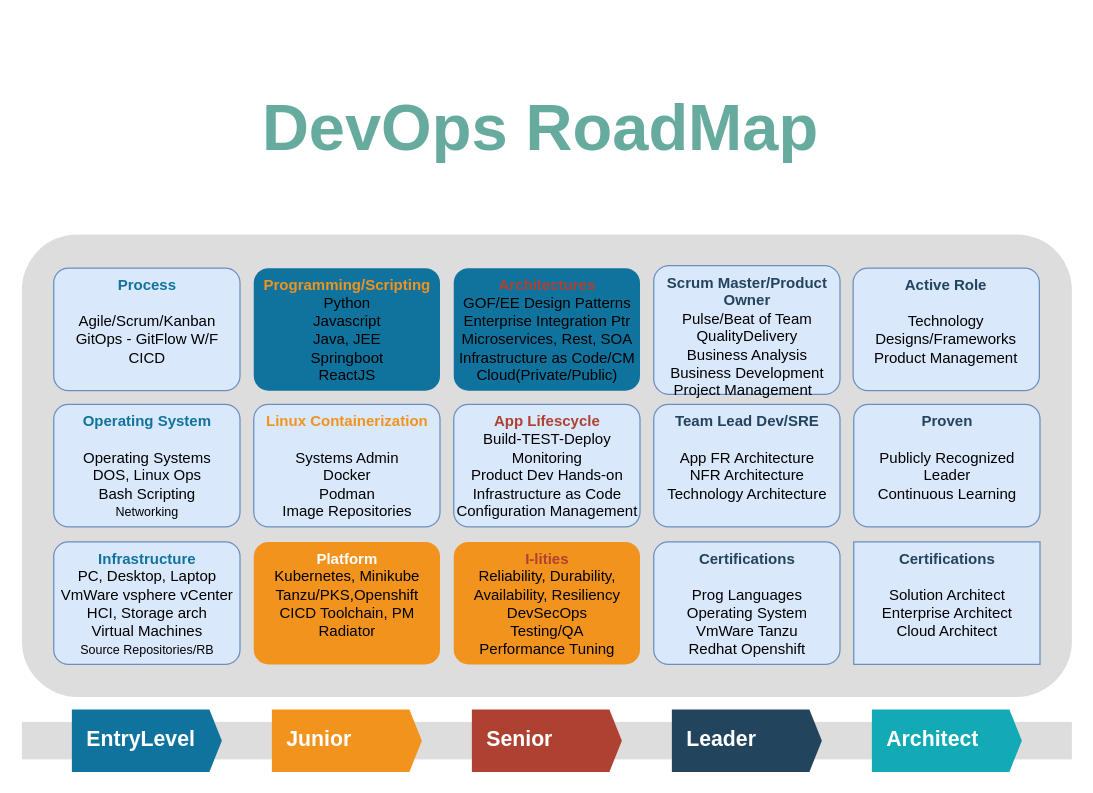
Earlier version of the draw.io diagram page "Roadmap" (3 of 6) of design/DevOps_Roadmap.drawio (krdileep/devops-roadmap-drawio). Source tidied: cells renumbered, new cells numbered last; positions are measured from the earlier drawing's top-left corner, leaving out a move shared by most shapes. Both pictures are drawn from the tidied source at 125%, with x=0, y=0 at pixel (21, 21).
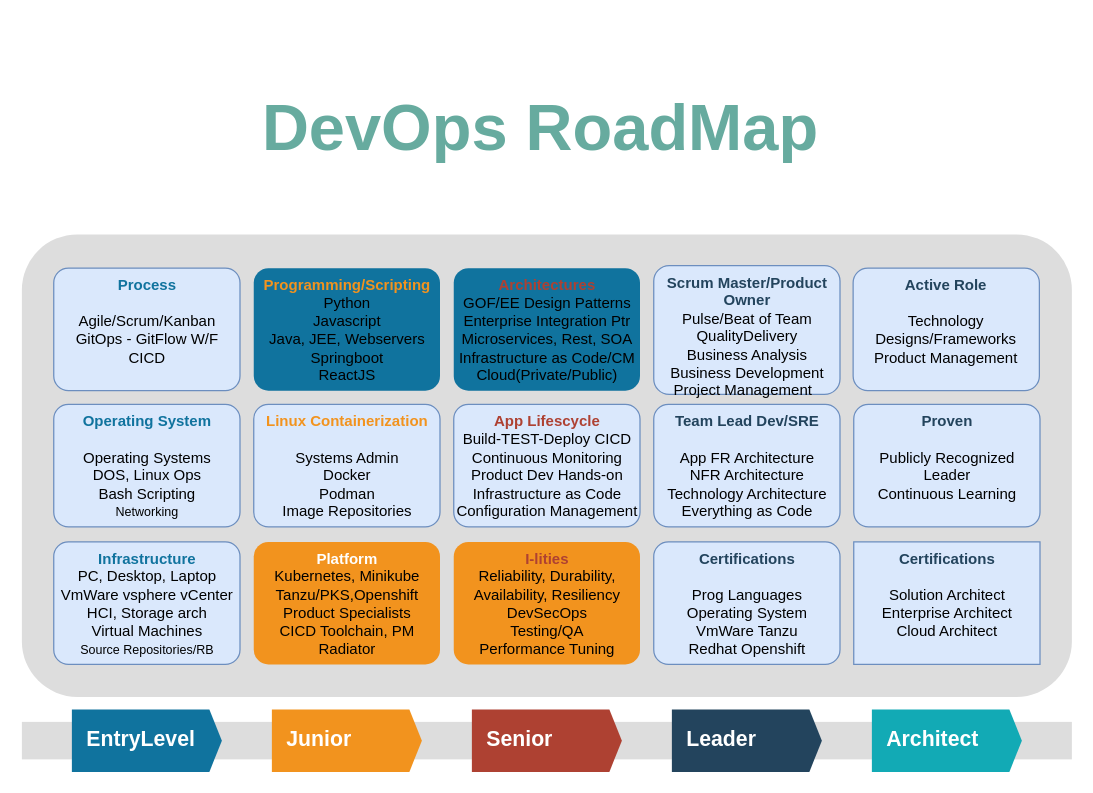
The same page after the edit.

Diff of the diagram source:
```diff
@@
-    <mxCell id="32" value="&lt;font&gt;&lt;font style=&quot;font-size: 12px&quot; color=&quot;#f2931e&quot;&gt;&lt;b&gt;Programming/Scripting&lt;/b&gt;&lt;/font&gt;&lt;br&gt;&lt;font face=&quot;helvetica&quot;&gt;Python&lt;br&gt;&lt;/font&gt;Javascript&lt;br&gt;Java, JEE&lt;br&gt;Springboot&lt;br&gt;ReactJS&lt;br&gt;&lt;/font&gt;" style="rounded=1;strokeColor=none;fillColor=#10739E;align=center;arcSize=12;verticalAlign=top;whiteSpace=wrap;html=1;fontSize=12;" parent="1" vertex="1">
+    <mxCell id="32" value="&lt;font&gt;&lt;font style=&quot;font-size: 12px&quot; color=&quot;#f2931e&quot;&gt;&lt;b&gt;Programming/Scripting&lt;/b&gt;&lt;/font&gt;&lt;br&gt;&lt;font face=&quot;helvetica&quot;&gt;Python&lt;br&gt;&lt;/font&gt;Javascript&lt;br&gt;Java, JEE, Webservers&lt;br&gt;Springboot&lt;br&gt;ReactJS&lt;br&gt;&lt;/font&gt;" style="rounded=1;strokeColor=none;fillColor=#10739E;align=center;arcSize=12;verticalAlign=top;whiteSpace=wrap;html=1;fontSize=12;" parent="1" vertex="1">
       <mxGeometry x="185.5" y="197" width="149" height="98" as="geometry" />
     </mxCell>
-    <mxCell id="33" value="&lt;font&gt;&lt;font style=&quot;font-size: 12px&quot; color=&quot;#ffffff&quot;&gt;&lt;b&gt;Platform&lt;/b&gt;&lt;/font&gt;&lt;br&gt;&lt;font face=&quot;helvetica&quot;&gt;Kubernetes,&amp;nbsp;&lt;/font&gt;Minikube&lt;br&gt;Tanzu/PKS,Openshift&lt;br&gt;CICD Toolchain, PM Radiator&lt;br&gt;&lt;/font&gt;" style="rounded=1;strokeColor=none;fillColor=#F2931E;align=center;arcSize=12;verticalAlign=top;whiteSpace=wrap;html=1;fontSize=12;" parent="1" vertex="1">
+    <mxCell id="33" value="&lt;font&gt;&lt;font style=&quot;font-size: 12px&quot; color=&quot;#ffffff&quot;&gt;&lt;b&gt;Platform&lt;/b&gt;&lt;/font&gt;&lt;br&gt;&lt;font face=&quot;helvetica&quot;&gt;Kubernetes,&amp;nbsp;&lt;/font&gt;Minikube&lt;br&gt;Tanzu/PKS,Openshift&lt;br&gt;Product Specialists&lt;br&gt;CICD Toolchain, PM Radiator&lt;br&gt;&lt;/font&gt;" style="rounded=1;strokeColor=none;fillColor=#F2931E;align=center;arcSize=12;verticalAlign=top;whiteSpace=wrap;html=1;fontSize=12;" parent="1" vertex="1">
       <mxGeometry x="185.5" y="416" width="149" height="98" as="geometry" />
     </mxCell>
@@
-    <mxCell id="35" value="&lt;font&gt;&lt;font color=&quot;#ae4132&quot;&gt;&lt;font style=&quot;font-size: 12px&quot;&gt;&lt;b&gt;App Lifescycle&lt;/b&gt;&lt;/font&gt;&lt;/font&gt;&lt;br&gt;Build-TEST-Deploy&lt;br&gt;&lt;font face=&quot;helvetica&quot;&gt;Monitoring&lt;br&gt;&lt;/font&gt;Product Dev Hands-on&lt;br&gt;Infrastructure as Code&lt;br&gt;Configuration Management&lt;br&gt;&lt;/font&gt;" style="rounded=1;strokeColor=#6c8ebf;fillColor=#dae8fc;align=center;arcSize=12;verticalAlign=top;whiteSpace=wrap;html=1;fontSize=12;" parent="1" vertex="1">
+    <mxCell id="35" value="&lt;font&gt;&lt;font color=&quot;#ae4132&quot;&gt;&lt;font style=&quot;font-size: 12px&quot;&gt;&lt;b&gt;App Lifescycle&lt;/b&gt;&lt;/font&gt;&lt;/font&gt;&lt;br&gt;Build-TEST-Deploy CICD&lt;br&gt;&lt;font face=&quot;helvetica&quot;&gt;Continuous Monitoring&lt;br&gt;&lt;/font&gt;Product Dev Hands-on&lt;br&gt;Infrastructure as Code&lt;br&gt;Configuration Management&lt;br&gt;&lt;/font&gt;" style="rounded=1;strokeColor=#6c8ebf;fillColor=#dae8fc;align=center;arcSize=12;verticalAlign=top;whiteSpace=wrap;html=1;fontSize=12;" parent="1" vertex="1">
       <mxGeometry x="345.5" y="306" width="149" height="98" as="geometry" />
     </mxCell>
-    <mxCell id="36" value="&lt;font&gt;&lt;font color=&quot;#23445d&quot;&gt;&lt;font style=&quot;font-size: 12px&quot;&gt;&lt;b&gt;Team Lead Dev/SRE&lt;/b&gt;&lt;/font&gt;&lt;br&gt;&lt;/font&gt;&lt;br&gt;App FR Architecture&lt;br&gt;NFR Architecture&lt;br&gt;Technology Architecture&lt;br&gt;&lt;/font&gt;" style="rounded=1;strokeColor=#6c8ebf;fillColor=#dae8fc;align=center;arcSize=12;verticalAlign=top;whiteSpace=wrap;html=1;fontSize=12;" parent="1" vertex="1">
+    <mxCell id="36" value="&lt;font&gt;&lt;font color=&quot;#23445d&quot;&gt;&lt;font style=&quot;font-size: 12px&quot;&gt;&lt;b&gt;Team Lead Dev/SRE&lt;/b&gt;&lt;/font&gt;&lt;br&gt;&lt;/font&gt;&lt;br&gt;App FR Architecture&lt;br&gt;NFR Architecture&lt;br&gt;Technology Architecture&lt;br&gt;Everything as Code&lt;br&gt;&lt;/font&gt;" style="rounded=1;strokeColor=#6c8ebf;fillColor=#dae8fc;align=center;arcSize=12;verticalAlign=top;whiteSpace=wrap;html=1;fontSize=12;" parent="1" vertex="1">
       <mxGeometry x="505.5" y="306" width="149" height="98" as="geometry" />
     </mxCell>
```
